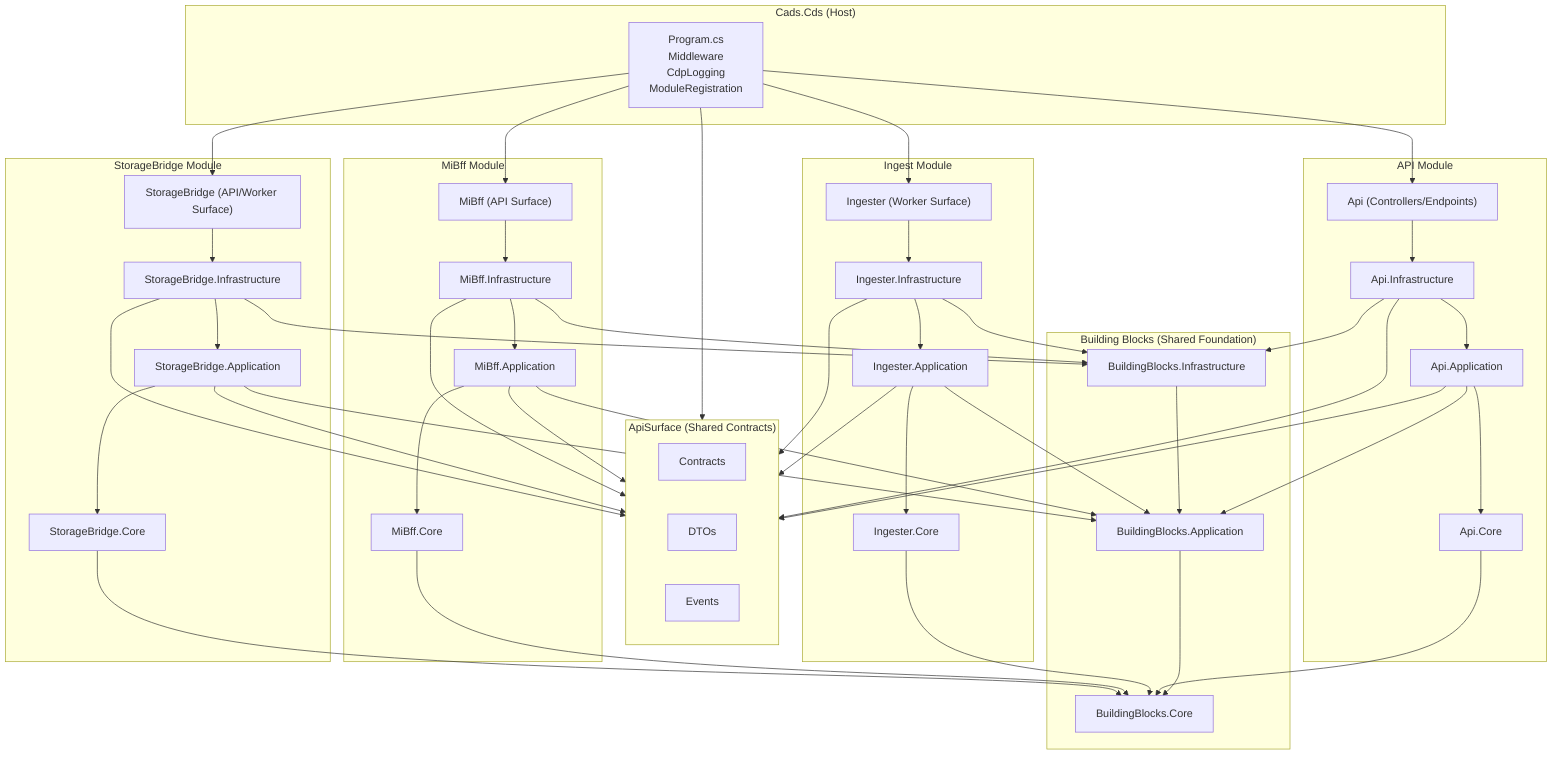
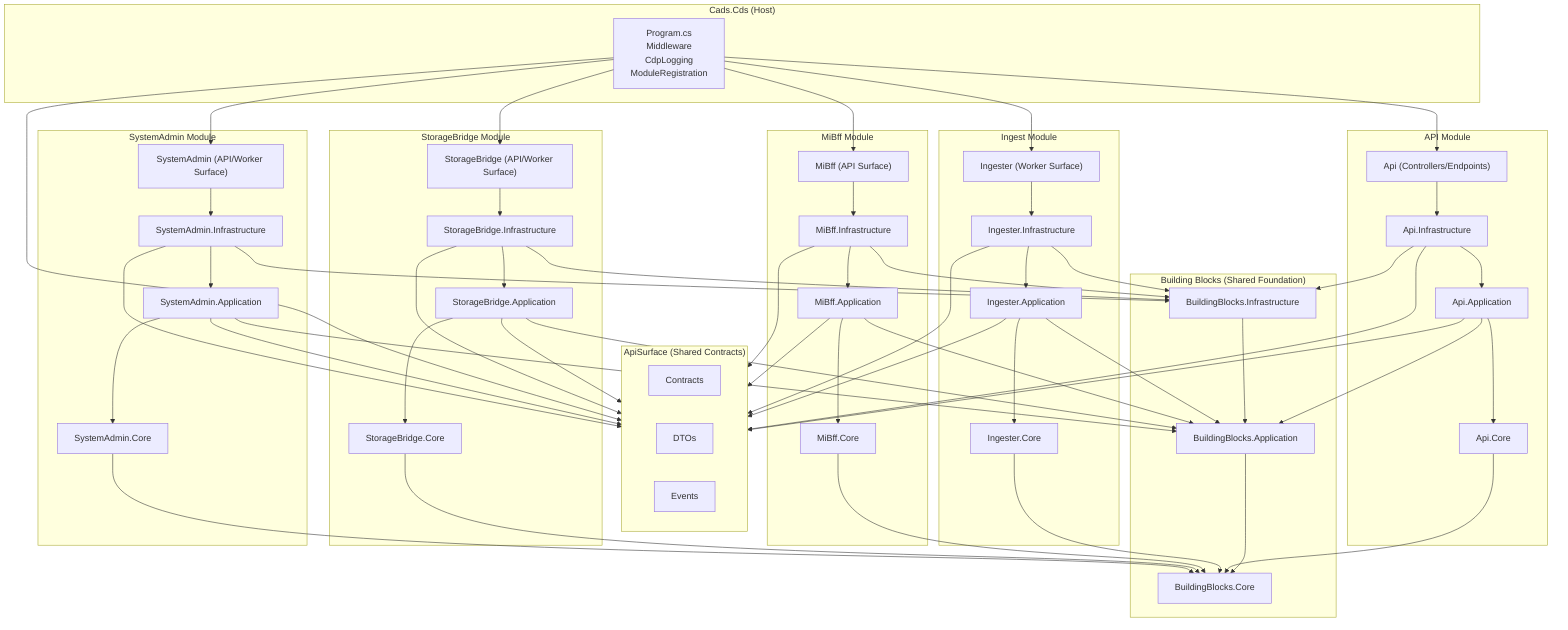
flowchart TD

%% ApiSurface
subgraph APISURFACE["ApiSurface (Shared Contracts)"]
    API_Contracts["Contracts"]
    API_DTOs["DTOs"]
    API_Events["Events"]
end

%% Building Blocks
subgraph BB["Building Blocks (Shared Foundation)"]
    BB_Core["BuildingBlocks.Core"]
    BB_App["BuildingBlocks.Application"]
    BB_Infra["BuildingBlocks.Infrastructure"]
    BB_Infra --> BB_App --> BB_Core
end

%% Host
subgraph HOST["Cads.Cds (Host)"]
    HOST_Program["Program.cs<br/>Middleware<br/>CdpLogging<br/>ModuleRegistration"]
end

%% API Module
subgraph API[API Module]
    API_Core["Api.Core"]
    API_App["Api.Application"]
    API_Infra["Api.Infrastructure"]
    API_Surface["Api (Controllers/Endpoints)"]
    API_Surface --> API_Infra --> API_App --> API_Core
end

%% Ingest Module
subgraph ING[Ingest Module]
    ING_Core["Ingester.Core"]
    ING_App["Ingester.Application"]
    ING_Infra["Ingester.Infrastructure"]
    ING_Surface["Ingester (Worker Surface)"]
    ING_Surface --> ING_Infra --> ING_App --> ING_Core
end

%% MiBff Module
subgraph BFF[MiBff Module]
    BFF_Core["MiBff.Core"]
    BFF_App["MiBff.Application"]
    BFF_Infra["MiBff.Infrastructure"]
    BFF_Surface["MiBff (API Surface)"]
    BFF_Surface --> BFF_Infra --> BFF_App --> BFF_Core
end

%% StorageBridge Module
subgraph SB[StorageBridge Module]
    SB_Core["StorageBridge.Core"]
    SB_App["StorageBridge.Application"]
    SB_Infra["StorageBridge.Infrastructure"]
    SB_Surface["StorageBridge (API/Worker Surface)"]
    SB_Surface --> SB_Infra --> SB_App --> SB_Core
end

+ %% SystemAdmin Module
+ subgraph SA[SystemAdmin Module]
+     SA_Core["SystemAdmin.Core"]
+     SA_App["SystemAdmin.Application"]
+     SA_Infra["SystemAdmin.Infrastructure"]
+     SA_Surface["SystemAdmin (API/Worker Surface)"]
+     SA_Surface --> SA_Infra --> SA_App --> SA_Core
+ end
+ 
%% Host depends on module surfaces and ApiSurface
HOST_Program --> API_Surface
HOST_Program --> ING_Surface
HOST_Program --> BFF_Surface
HOST_Program --> SB_Surface
+ HOST_Program --> SA_Surface
HOST_Program --> APISURFACE

%% Modules depend on ApiSurface
API_App --> APISURFACE
API_Infra --> APISURFACE

ING_App --> APISURFACE
ING_Infra --> APISURFACE

BFF_App --> APISURFACE
BFF_Infra --> APISURFACE

SB_App --> APISURFACE
SB_Infra --> APISURFACE
+ 
+ SA_App --> APISURFACE
+ SA_Infra --> APISURFACE

%% Modules depend inward on BuildingBlocks
API_Core --> BB_Core
API_App --> BB_App
API_Infra --> BB_Infra

ING_Core --> BB_Core
ING_App --> BB_App
ING_Infra --> BB_Infra

BFF_Core --> BB_Core
BFF_App --> BB_App
BFF_Infra --> BB_Infra

SB_Core --> BB_Core
SB_App --> BB_App
- SB_Infra --> BB_Infra+ SB_Infra --> BB_Infra
+ 
+ SA_Core --> BB_Core
+ SA_App --> BB_App
+ SA_Infra --> BB_Infra